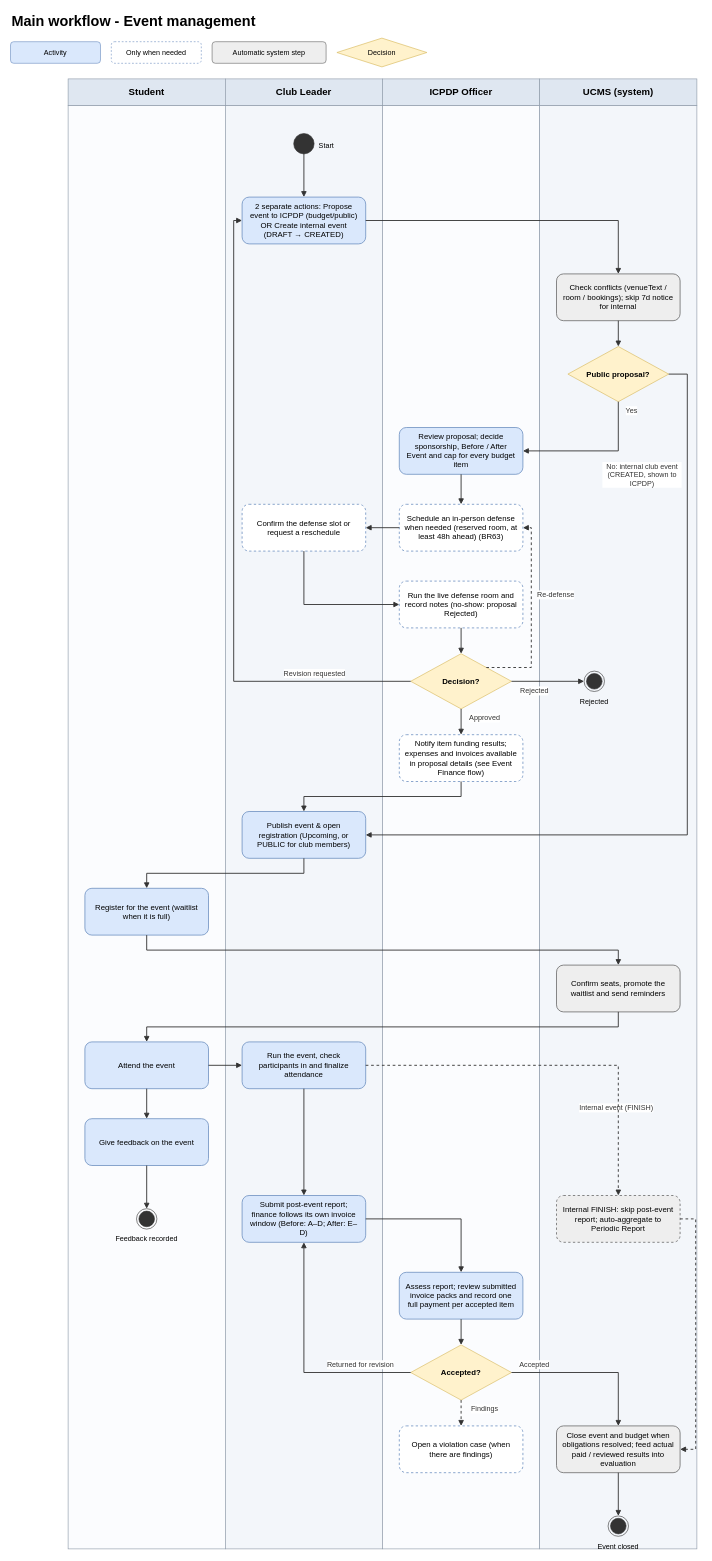
nvdekay/ClubManagementSystem keeps this draw.io diagram as page "07 Event management" (7 of 7) of docs/03-diagrams/UCMS_Main_Workflow.drawio. Above is the earlier version. Source tidied: cells renumbered, new cells numbered last; positions are measured from the earlier drawing's top-left corner, leaving out a move shared by most shapes. Both pictures are drawn from the tidied source at 60%, with x=0, y=0 at pixel (10, 10).
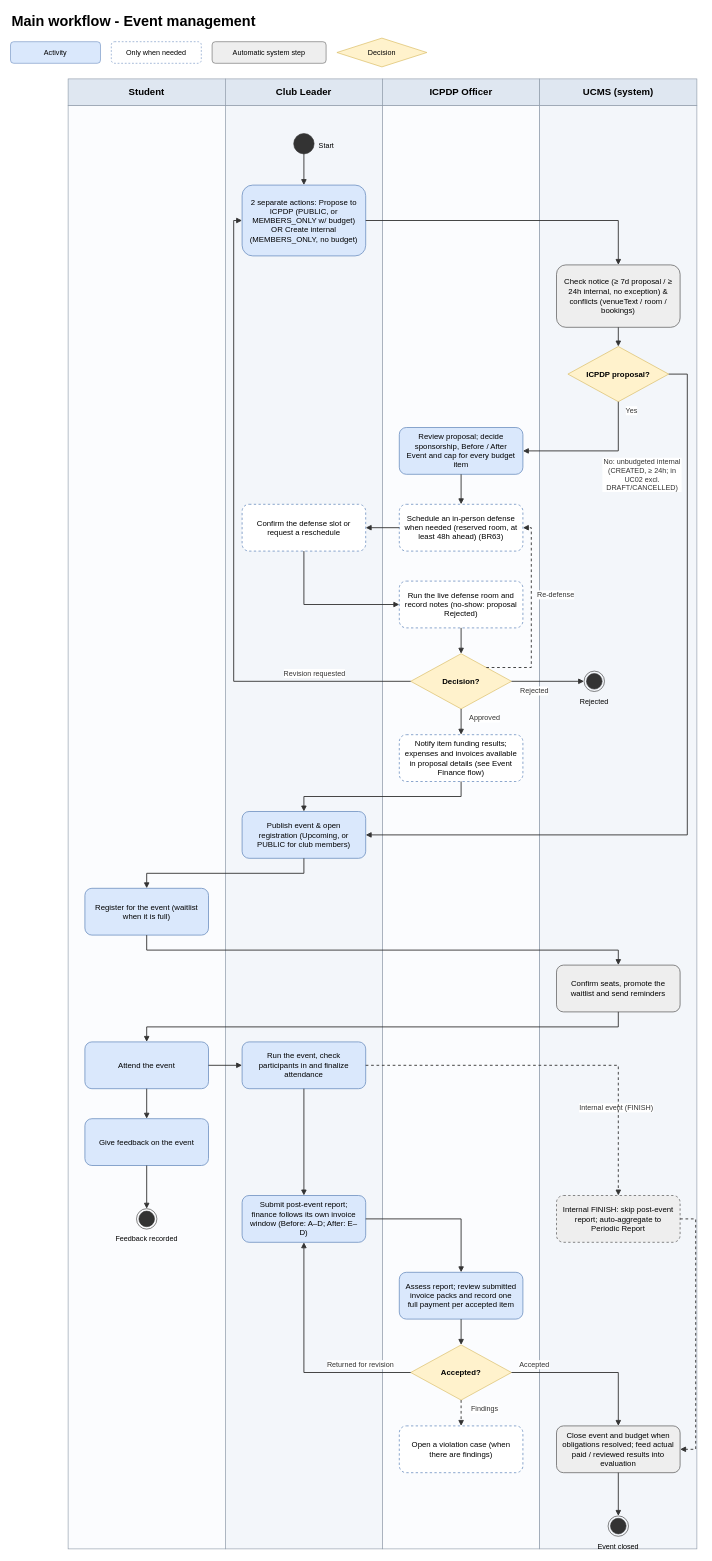
The same page after the edit.

Diff of the diagram source:
```diff
@@
-    <mxCell id="17" value="2 separate actions: Propose event to ICPDP (budget/public) OR Create internal event (DRAFT → CREATED)" style="rounded=1;whiteSpace=wrap;html=1;fillColor=#dae8fc;strokeColor=#6c8ebf;fontSize=13;strokeWidth=1.3;spacing=10;" parent="1" vertex="1">
-      <mxGeometry x="386" y="311" width="206" height="78" as="geometry" />
+    <mxCell id="17" value="2 separate actions: Propose to ICPDP (PUBLIC, or MEMBERS_ONLY w/ budget) OR Create internal (MEMBERS_ONLY, no budget)" style="rounded=1;whiteSpace=wrap;html=1;fillColor=#dae8fc;strokeColor=#6c8ebf;fontSize=13;strokeWidth=1.3;spacing=10;" parent="1" vertex="1">
+      <mxGeometry x="386" y="291" width="206" height="118" as="geometry" />
     </mxCell>
-    <mxCell id="18" value="Check conflicts (venueText / room / bookings); skip 7d notice for internal" style="rounded=1;whiteSpace=wrap;html=1;fillColor=#eeeeee;strokeColor=#666666;fontSize=13;strokeWidth=1.3;spacing=10;" parent="1" vertex="1">
-      <mxGeometry x="910" y="439" width="206" height="78" as="geometry" />
+    <mxCell id="18" value="Check notice (≥ 7d proposal / ≥ 24h internal, no exception) &amp; conflicts (venueText / room / bookings)" style="rounded=1;whiteSpace=wrap;html=1;fillColor=#eeeeee;strokeColor=#666666;fontSize=13;strokeWidth=1.3;spacing=10;" parent="1" vertex="1">
+      <mxGeometry x="910" y="424" width="206" height="104" as="geometry" />
     </mxCell>
-    <mxCell id="19" value="Public proposal?" style="rhombus;whiteSpace=wrap;html=1;fillColor=#fff2cc;strokeColor=#d6b656;fontSize=13;fontStyle=1;spacingLeft=26;spacingRight=26;" parent="1" vertex="1">
+    <mxCell id="19" value="ICPDP proposal?" style="rhombus;whiteSpace=wrap;html=1;fillColor=#fff2cc;strokeColor=#d6b656;fontSize=13;fontStyle=1;spacingLeft=26;spacingRight=26;" parent="1" vertex="1">
       <mxGeometry x="929" y="560" width="168" height="92" as="geometry" />
     </mxCell>
@@
-    <mxCell id="41" value="No: internal club event (CREATED, shown to ICPDP)" style="text;html=1;whiteSpace=wrap;align=center;verticalAlign=middle;fontSize=12;fontColor=#333333;labelBackgroundColor=#ffffff;" parent="1" vertex="1">
-      <mxGeometry x="986" y="752" width="134" height="44" as="geometry" />
+    <mxCell id="41" value="No: unbudgeted internal (CREATED, ≥ 24h; in UC02 excl. DRAFT/CANCELLED)" style="text;html=1;whiteSpace=wrap;align=center;verticalAlign=middle;fontSize=12;fontColor=#333333;labelBackgroundColor=#ffffff;" parent="1" vertex="1">
+      <mxGeometry x="986" y="742" width="134" height="64" as="geometry" />
     </mxCell>
```
